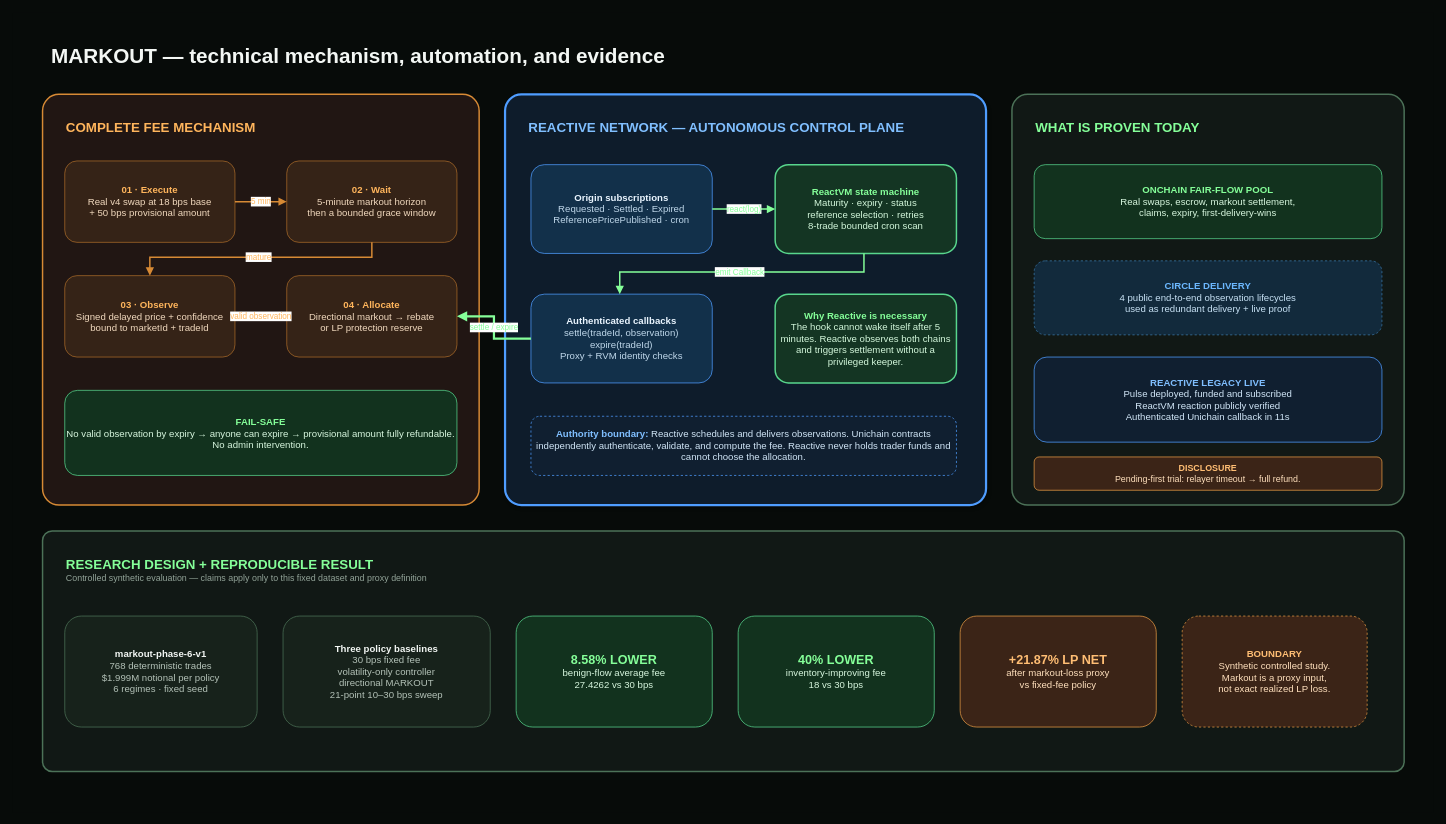
Before: page "02 Technical + Evidence" (2 of 2) of docs/diagrams/MARKOUT_ARCHITECTURE.drawio in RudraBhaskar9439/markout-hook, a draw.io diagram. Source tidied: cells renumbered, new cells numbered last; positions are measured from the earlier drawing's top-left corner, leaving out a move shared by most shapes. Both pictures are drawn from the tidied source at 74%, with x=0, y=0 at pixel (13, 13).
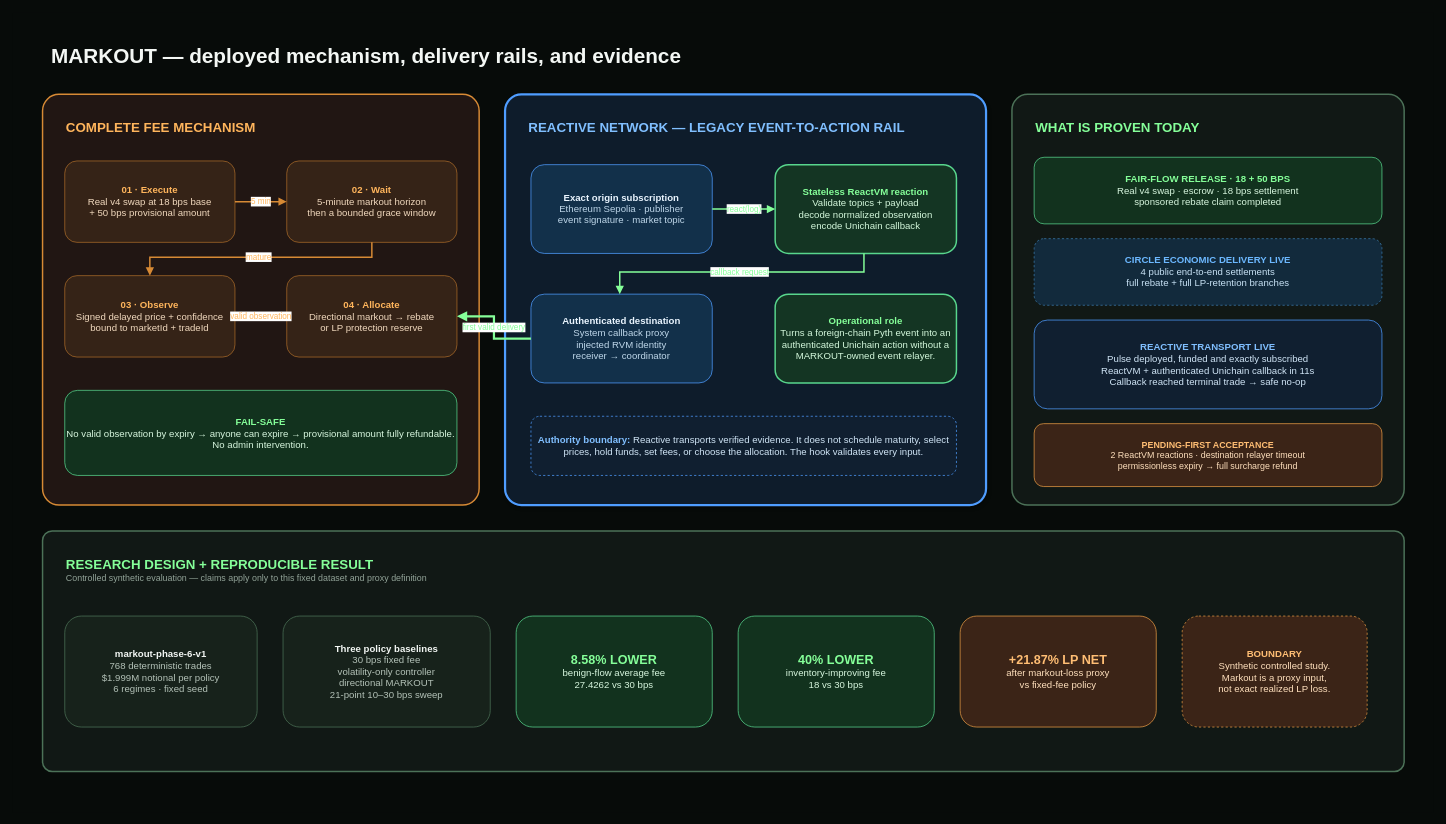
The same diagram, later.

Commit message (it also covers changes not shown here):
docs: align architecture with legacy reactive transport

Unchanged cells that the change refers to:
```xml
<mxCell id="10" value="&lt;font color=&quot;#FFB55C&quot;&gt;&lt;b&gt;04 · Allocate&lt;/b&gt;&lt;/font&gt;&lt;br&gt;&lt;font color=&quot;#F1D9BE&quot;&gt;Directional markout → rebate&lt;br&gt;or LP protection reserve&lt;/font&gt;" style="rounded=1;whiteSpace=wrap;html=1;fillColor=#352317;strokeColor=#A96A29;fontSize=13;align=center;" parent="2" vertex="1">
  <mxGeometry x="370" y="355" width="230" height="110" as="geometry" />
</mxCell>
```

Change to the diagram source:
```diff
@@
-    <mxCell id="4" value="&lt;font color=&quot;#F3F7F4&quot; style=&quot;font-size: 28px;&quot;&gt;&lt;b&gt;MARKOUT — technical mechanism, automation, and evidence&lt;/b&gt;&lt;/font&gt;" style="text;html=1;align=left;verticalAlign=middle;whiteSpace=wrap;" parent="2" vertex="1">
+    <mxCell id="4" value="&lt;font color=&quot;#F3F7F4&quot; style=&quot;font-size: 28px;&quot;&gt;&lt;b&gt;MARKOUT — deployed mechanism, delivery rails, and evidence&lt;/b&gt;&lt;/font&gt;" style="text;html=1;align=left;verticalAlign=middle;whiteSpace=wrap;" parent="2" vertex="1">
       <mxGeometry x="50" y="30" width="1300" height="55" as="geometry" />
     </mxCell>
@@
-    <mxCell id="13" value="&lt;font color=&quot;#80BFFF&quot; style=&quot;font-size: 18px;&quot;&gt;&lt;b&gt;REACTIVE NETWORK — AUTONOMOUS CONTROL PLANE&lt;/b&gt;&lt;/font&gt;" style="text;html=1;align=left;verticalAlign=middle;whiteSpace=wrap;" parent="2" vertex="1">
+    <mxCell id="13" value="&lt;font color=&quot;#80BFFF&quot; style=&quot;font-size: 18px;&quot;&gt;&lt;b&gt;REACTIVE NETWORK — LEGACY EVENT-TO-ACTION RAIL&lt;/b&gt;&lt;/font&gt;" style="text;html=1;align=left;verticalAlign=middle;whiteSpace=wrap;" parent="2" vertex="1">
       <mxGeometry x="695" y="135" width="580" height="40" as="geometry" />
     </mxCell>
-    <mxCell id="14" value="&lt;font color=&quot;#EAF5FF&quot;&gt;&lt;b&gt;Origin subscriptions&lt;/b&gt;&lt;/font&gt;&lt;br&gt;&lt;font color=&quot;#BFD7EA&quot;&gt;Requested · Settled · Expired&lt;br&gt;ReferencePricePublished · cron&lt;/font&gt;" style="rounded=1;whiteSpace=wrap;html=1;fillColor=#12304A;strokeColor=#4F9DFF;fontSize=13;align=center;" parent="2" vertex="1">
+    <mxCell id="14" value="&lt;font color=&quot;#EAF5FF&quot;&gt;&lt;b&gt;Exact origin subscription&lt;/b&gt;&lt;/font&gt;&lt;br&gt;&lt;font color=&quot;#BFD7EA&quot;&gt;Ethereum Sepolia · publisher&lt;br&gt;event signature · market topic&lt;/font&gt;" style="rounded=1;whiteSpace=wrap;html=1;fillColor=#12304A;strokeColor=#4F9DFF;fontSize=13;align=center;" parent="2" vertex="1">
       <mxGeometry x="700" y="205" width="245" height="120" as="geometry" />
     </mxCell>
-    <mxCell id="15" value="&lt;font color=&quot;#85FF99&quot;&gt;&lt;b&gt;ReactVM state machine&lt;/b&gt;&lt;/font&gt;&lt;br&gt;&lt;font color=&quot;#D4F8DC&quot;&gt;Maturity · expiry · status&lt;br&gt;reference selection · retries&lt;br&gt;8-trade bounded cron scan&lt;/font&gt;" style="rounded=1;whiteSpace=wrap;html=1;fillColor=#143523;strokeColor=#58D68D;strokeWidth=2;fontSize=13;align=center;" parent="2" vertex="1">
+    <mxCell id="15" value="&lt;font color=&quot;#85FF99&quot;&gt;&lt;b&gt;Stateless ReactVM reaction&lt;/b&gt;&lt;/font&gt;&lt;br&gt;&lt;font color=&quot;#D4F8DC&quot;&gt;Validate topics + payload&lt;br&gt;decode normalized observation&lt;br&gt;encode Unichain callback&lt;/font&gt;" style="rounded=1;whiteSpace=wrap;html=1;fillColor=#143523;strokeColor=#58D68D;strokeWidth=2;fontSize=13;align=center;" parent="2" vertex="1">
       <mxGeometry x="1030" y="205" width="245" height="120" as="geometry" />
     </mxCell>
-    <mxCell id="16" value="&lt;font color=&quot;#EAF5FF&quot;&gt;&lt;b&gt;Authenticated callbacks&lt;/b&gt;&lt;/font&gt;&lt;br&gt;&lt;font color=&quot;#BFD7EA&quot;&gt;settle(tradeId, observation)&lt;br&gt;expire(tradeId)&lt;br&gt;Proxy + RVM identity checks&lt;/font&gt;" style="rounded=1;whiteSpace=wrap;html=1;fillColor=#12304A;strokeColor=#4F9DFF;fontSize=13;align=center;" parent="2" vertex="1">
+    <mxCell id="16" value="&lt;font color=&quot;#EAF5FF&quot;&gt;&lt;b&gt;Authenticated destination&lt;/b&gt;&lt;/font&gt;&lt;br&gt;&lt;font color=&quot;#BFD7EA&quot;&gt;System callback proxy&lt;br&gt;injected RVM identity&lt;br&gt;receiver → coordinator&lt;/font&gt;" style="rounded=1;whiteSpace=wrap;html=1;fillColor=#12304A;strokeColor=#4F9DFF;fontSize=13;align=center;" parent="2" vertex="1">
       <mxGeometry x="700" y="380" width="245" height="120" as="geometry" />
     </mxCell>
-    <mxCell id="17" value="&lt;font color=&quot;#85FF99&quot;&gt;&lt;b&gt;Why Reactive is necessary&lt;/b&gt;&lt;/font&gt;&lt;br&gt;&lt;font color=&quot;#D4F8DC&quot;&gt;The hook cannot wake itself after 5 minutes. Reactive observes both chains and triggers settlement without a privileged keeper.&lt;/font&gt;" style="rounded=1;whiteSpace=wrap;html=1;fillColor=#143523;strokeColor=#58D68D;strokeWidth=2;fontSize=13;align=center;" parent="2" vertex="1">
+    <mxCell id="17" value="&lt;font color=&quot;#85FF99&quot;&gt;&lt;b&gt;Operational role&lt;/b&gt;&lt;/font&gt;&lt;br&gt;&lt;font color=&quot;#D4F8DC&quot;&gt;Turns a foreign-chain Pyth event into an authenticated Unichain action without a MARKOUT-owned event relayer.&lt;/font&gt;" style="rounded=1;whiteSpace=wrap;html=1;fillColor=#143523;strokeColor=#58D68D;strokeWidth=2;fontSize=13;align=center;" parent="2" vertex="1">
       <mxGeometry x="1030" y="380" width="245" height="120" as="geometry" />
     </mxCell>
-    <mxCell id="18" value="&lt;font color=&quot;#80BFFF&quot;&gt;&lt;b&gt;Authority boundary:&lt;/b&gt;&lt;/font&gt; &lt;font color=&quot;#D1E6F7&quot;&gt;Reactive schedules and delivers observations. Unichain contracts independently authenticate, validate, and compute the fee. Reactive never holds trader funds and cannot choose the allocation.&lt;/font&gt;" style="rounded=1;whiteSpace=wrap;html=1;fillColor=#101F30;strokeColor=#4F9DFF;dashed=1;fontSize=13;align=center;" parent="2" vertex="1">
+    <mxCell id="18" value="&lt;font color=&quot;#80BFFF&quot;&gt;&lt;b&gt;Authority boundary:&lt;/b&gt;&lt;/font&gt; &lt;font color=&quot;#D1E6F7&quot;&gt;Reactive transports verified evidence. It does not schedule maturity, select prices, hold funds, set fees, or choose the allocation. The hook validates every input.&lt;/font&gt;" style="rounded=1;whiteSpace=wrap;html=1;fillColor=#101F30;strokeColor=#4F9DFF;dashed=1;fontSize=13;align=center;" parent="2" vertex="1">
       <mxGeometry x="700" y="545" width="575" height="80" as="geometry" />
     </mxCell>
@@
-    <mxCell id="21" value="&lt;font color=&quot;#85FF99&quot;&gt;&lt;b&gt;ONCHAIN FAIR-FLOW POOL&lt;/b&gt;&lt;/font&gt;&lt;br&gt;&lt;font color=&quot;#D8F7DF&quot;&gt;Real swaps, escrow, markout settlement,&lt;br&gt;claims, expiry, first-delivery-wins&lt;/font&gt;" style="rounded=1;whiteSpace=wrap;html=1;fillColor=#12321E;strokeColor=#58D68D;fontSize=13;align=center;" parent="2" vertex="1">
-      <mxGeometry x="1380" y="205" width="470" height="100" as="geometry" />
+    <mxCell id="21" value="&lt;font color=&quot;#85FF99&quot;&gt;&lt;b&gt;FAIR-FLOW RELEASE · 18 + 50 BPS&lt;/b&gt;&lt;/font&gt;&lt;br&gt;&lt;font color=&quot;#D8F7DF&quot;&gt;Real v4 swap · escrow · 18 bps settlement&lt;br&gt;sponsored rebate claim completed&lt;/font&gt;" style="rounded=1;whiteSpace=wrap;html=1;fillColor=#12321E;strokeColor=#58D68D;fontSize=13;align=center;" parent="2" vertex="1">
+      <mxGeometry x="1380" y="195" width="470" height="90" as="geometry" />
     </mxCell>
-    <mxCell id="22" value="&lt;font color=&quot;#6CB8FF&quot;&gt;&lt;b&gt;CIRCLE DELIVERY&lt;/b&gt;&lt;/font&gt;&lt;br&gt;&lt;font color=&quot;#C8E2F5&quot;&gt;4 public end-to-end observation lifecycles&lt;br&gt;used as redundant delivery + live proof&lt;/font&gt;" style="rounded=1;whiteSpace=wrap;html=1;fillColor=#122A3C;strokeColor=#3B7BAD;dashed=1;fontSize=13;align=center;" parent="2" vertex="1">
-      <mxGeometry x="1380" y="335" width="470" height="100" as="geometry" />
+    <mxCell id="22" value="&lt;font color=&quot;#6CB8FF&quot;&gt;&lt;b&gt;CIRCLE ECONOMIC DELIVERY LIVE&lt;/b&gt;&lt;/font&gt;&lt;br&gt;&lt;font color=&quot;#C8E2F5&quot;&gt;4 public end-to-end settlements&lt;br&gt;full rebate + full LP-retention branches&lt;/font&gt;" style="rounded=1;whiteSpace=wrap;html=1;fillColor=#122A3C;strokeColor=#3B7BAD;dashed=1;fontSize=13;align=center;" parent="2" vertex="1">
+      <mxGeometry x="1380" y="305" width="470" height="90" as="geometry" />
     </mxCell>
-    <mxCell id="23" value="&lt;font color=&quot;#80BFFF&quot;&gt;&lt;b&gt;REACTIVE LEGACY LIVE&lt;/b&gt;&lt;/font&gt;&lt;br&gt;&lt;font color=&quot;#D1E6F7&quot;&gt;Pulse deployed, funded and subscribed&lt;br&gt;ReactVM reaction publicly verified&lt;br&gt;Authenticated Unichain callback in 11s&lt;/font&gt;" style="rounded=1;whiteSpace=wrap;html=1;fillColor=#101F30;strokeColor=#4F9DFF;fontSize=13;align=center;" parent="2" vertex="1">
-      <mxGeometry x="1380" y="465" width="470" height="115" as="geometry" />
+    <mxCell id="23" value="&lt;font color=&quot;#80BFFF&quot;&gt;&lt;b&gt;REACTIVE TRANSPORT LIVE&lt;/b&gt;&lt;/font&gt;&lt;br&gt;&lt;font color=&quot;#D1E6F7&quot;&gt;Pulse deployed, funded and exactly subscribed&lt;br&gt;ReactVM + authenticated Unichain callback in 11s&lt;br&gt;Callback reached terminal trade → safe no-op&lt;/font&gt;" style="rounded=1;whiteSpace=wrap;html=1;fillColor=#101F30;strokeColor=#4F9DFF;fontSize=13;align=center;" parent="2" vertex="1">
+      <mxGeometry x="1380" y="415" width="470" height="120" as="geometry" />
     </mxCell>
-    <mxCell id="24" value="&lt;font color=&quot;#FFBE74&quot;&gt;&lt;b&gt;DISCLOSURE&lt;/b&gt;&lt;/font&gt;&lt;br&gt;&lt;font color=&quot;#FFE0BD&quot;&gt;Pending-first trial: relayer timeout → full refund.&lt;/font&gt;" style="rounded=1;whiteSpace=wrap;html=1;fillColor=#3B2417;strokeColor=#E79A45;fontSize=12;align=center;" parent="2" vertex="1">
-      <mxGeometry x="1380" y="600" width="470" height="45" as="geometry" />
+    <mxCell id="24" value="&lt;font color=&quot;#FFBE74&quot;&gt;&lt;b&gt;PENDING-FIRST ACCEPTANCE&lt;/b&gt;&lt;/font&gt;&lt;br&gt;&lt;font color=&quot;#FFE0BD&quot;&gt;2 ReactVM reactions · destination relayer timeout&lt;br&gt;permissionless expiry → full surcharge refund&lt;/font&gt;" style="rounded=1;whiteSpace=wrap;html=1;fillColor=#3B2417;strokeColor=#E79A45;fontSize=12;align=center;" parent="2" vertex="1">
+      <mxGeometry x="1380" y="555" width="470" height="85" as="geometry" />
     </mxCell>
@@
-    <mxCell id="37" value="emit Callback" style="edgeStyle=orthogonalEdgeStyle;rounded=0;html=1;strokeColor=#85FF99;strokeWidth=2;fontColor=#85FF99;endArrow=block;endFill=1;" parent="2" edge="1" source="15" target="16">
+    <mxCell id="37" value="callback request" style="edgeStyle=orthogonalEdgeStyle;rounded=0;html=1;strokeColor=#85FF99;strokeWidth=2;fontColor=#85FF99;endArrow=block;endFill=1;" parent="2" edge="1" source="15" target="16">
       <mxGeometry relative="1" as="geometry">
         <Array as="points">
           <mxPoint x="1150" y="350" />
           <mxPoint x="820" y="350" />
         </Array>
       </mxGeometry>
     </mxCell>
-    <mxCell id="38" value="settle / expire" style="edgeStyle=orthogonalEdgeStyle;rounded=0;html=1;strokeColor=#85FF99;strokeWidth=3;fontColor=#85FF99;endArrow=block;endFill=1;exitX=0;exitY=0.5;entryX=1;entryY=0.5;" parent="2" edge="1" source="16" target="10">
+    <mxCell id="38" value="first valid delivery" style="edgeStyle=orthogonalEdgeStyle;rounded=0;html=1;strokeColor=#85FF99;strokeWidth=3;fontColor=#85FF99;endArrow=block;endFill=1;exitX=0;exitY=0.5;entryX=1;entryY=0.5;" parent="2" edge="1" source="16" target="10">
       <mxGeometry relative="1" as="geometry" />
     </mxCell>
```
